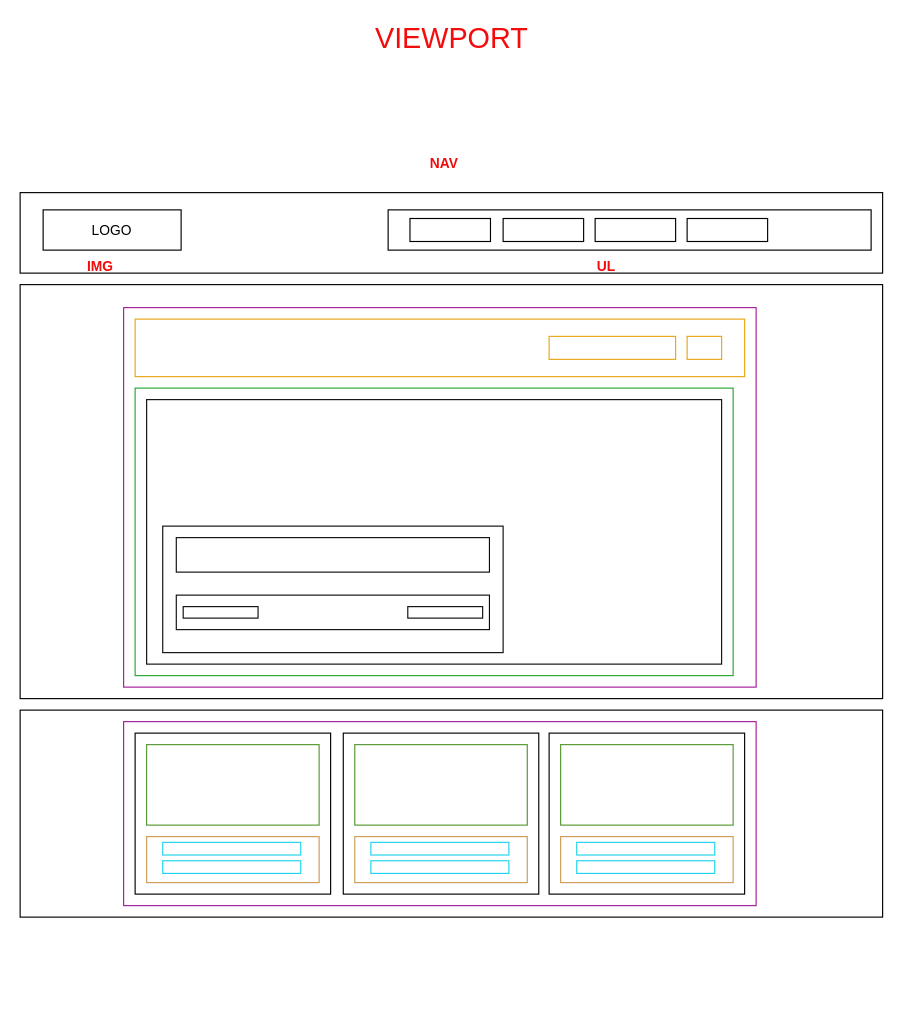
ManGuevara/dw2023-1 keeps this draw.io diagram as 01 HTML Y CSS/05 platzi demo/Diagrama sin título.drawio. Above is the earlier version. Source tidied: cells renumbered, new cells numbered last; positions are measured from the earlier drawing's top-left corner, leaving out a move shared by most shapes. Both pictures are drawn from the tidied source at 115%, with x=0, y=0 at pixel (20, 20).
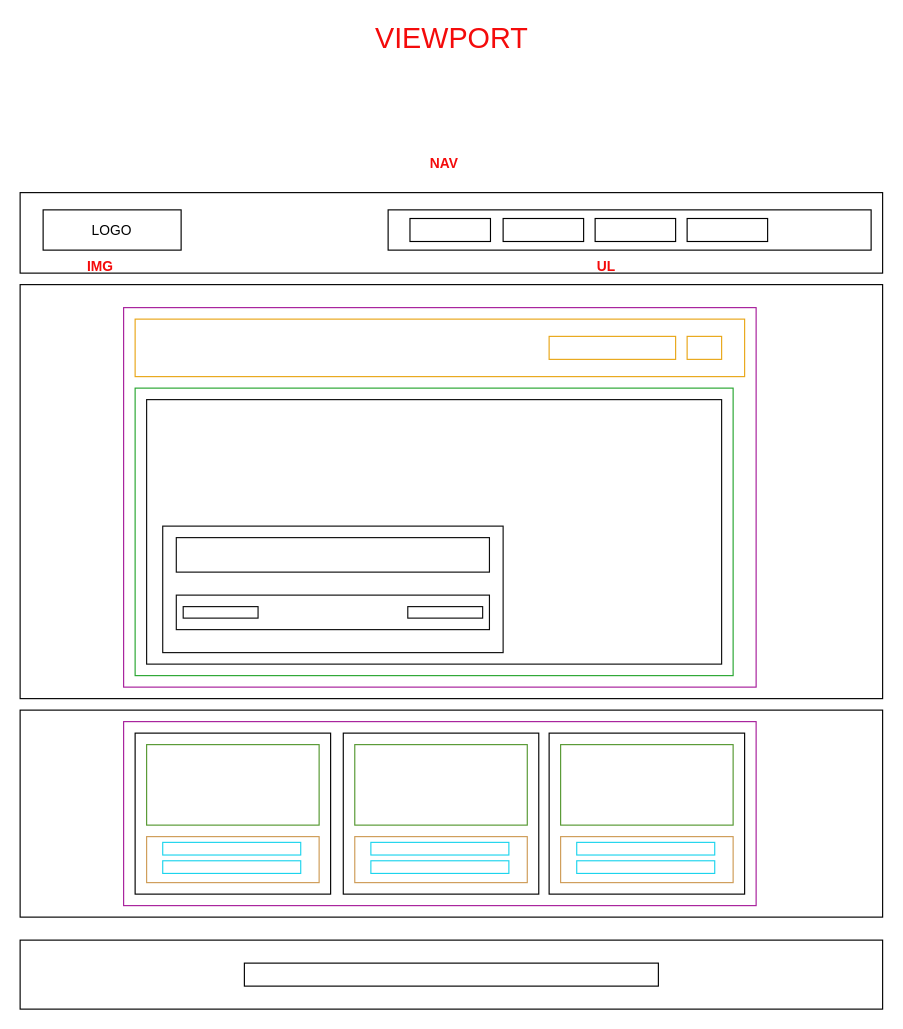
The same page after the edit.

The edit, as a diff of the source:
```diff
@@
+    <mxCell id="50" style="rounded=0;whiteSpace=wrap;html=1;" parent="1" vertex="1">
+      <mxGeometry y="800" width="750" height="60" as="geometry" />
+    </mxCell>
+    <mxCell id="51" style="rounded=0;whiteSpace=wrap;html=1;" parent="1" vertex="1">
+      <mxGeometry x="195" y="820" width="360" height="20" as="geometry" />
+    </mxCell>
```
